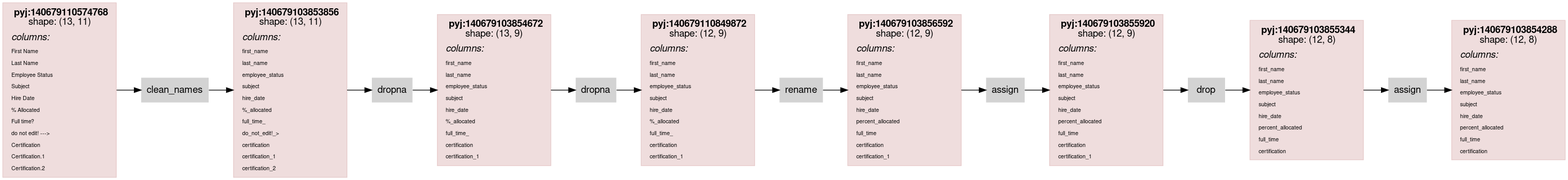
This is scripts/rdflog/dirty-clean.ttl.dot.png from asmirnov69/pyjviz-poc, a Graphviz export, as it was before one commit. Its source is kept beside it as scripts/rdflog/dirty-clean.ttl.dot.
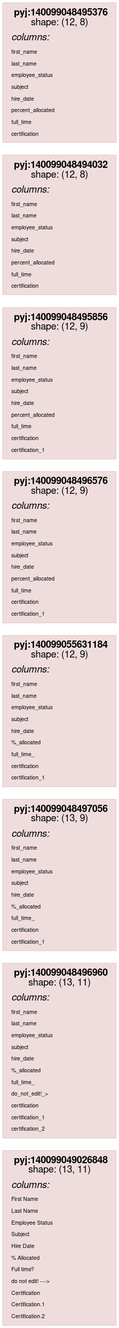
The same file after the commit.

Diff of the diagram source:
```diff
@@ -14,7 +14,7 @@
                 color="#88000022"
                 shape = rect
                 label = <<table border="0" cellborder="0" cellspacing="0" cellpadding="4">
-                         <tr> <td> <b>pyj:140679110574768</b><br/>shape: (13, 11)</td> </tr>
+                         <tr> <td> <b>pyj:140099049026848</b><br/>shape: (13, 11)</td> </tr>
                          <tr> <td align="left"><i>columns:</i><br align="left"/></td></tr>
                 <tr><td align="left"><FONT POINT-SIZE="8px">First Name</FONT></td></tr>
 <tr><td align="left"><FONT POINT-SIZE="8px">Last Name</FONT></td></tr>
@@ -33,7 +33,7 @@
                 color="#88000022"
                 shape = rect
                 label = <<table border="0" cellborder="0" cellspacing="0" cellpadding="4">
-                         <tr> <td> <b>pyj:140679103853856</b><br/>shape: (13, 11)</td> </tr>
+                         <tr> <td> <b>pyj:140099048496960</b><br/>shape: (13, 11)</td> </tr>
                          <tr> <td align="left"><i>columns:</i><br align="left"/></td></tr>
                 <tr><td align="left"><FONT POINT-SIZE="8px">first_name</FONT></td></tr>
 <tr><td align="left"><FONT POINT-SIZE="8px">last_name</FONT></td></tr>
@@ -52,7 +52,7 @@
                 color="#88000022"
                 shape = rect
                 label = <<table border="0" cellborder="0" cellspacing="0" cellpadding="4">
-                         <tr> <td> <b>pyj:140679103854672</b><br/>shape: (13, 9)</td> </tr>
+                         <tr> <td> <b>pyj:140099048497056</b><br/>shape: (13, 9)</td> </tr>
                          <tr> <td align="left"><i>columns:</i><br align="left"/></td></tr>
                 <tr><td align="left"><FONT POINT-SIZE="8px">first_name</FONT></td></tr>
 <tr><td align="left"><FONT POINT-SIZE="8px">last_name</FONT></td></tr>
@@ -69,7 +69,7 @@
                 color="#88000022"
                 shape = rect
                 label = <<table border="0" cellborder="0" cellspacing="0" cellpadding="4">
-                         <tr> <td> <b>pyj:140679110849872</b><br/>shape: (12, 9)</td> </tr>
+                         <tr> <td> <b>pyj:140099055631184</b><br/>shape: (12, 9)</td> </tr>
                          <tr> <td align="left"><i>columns:</i><br align="left"/></td></tr>
                 <tr><td align="left"><FONT POINT-SIZE="8px">first_name</FONT></td></tr>
 <tr><td align="left"><FONT POINT-SIZE="8px">last_name</FONT></td></tr>
@@ -86,7 +86,7 @@
                 color="#88000022"
                 shape = rect
                 label = <<table border="0" cellborder="0" cellspacing="0" cellpadding="4">
-                         <tr> <td> <b>pyj:140679103856592</b><br/>shape: (12, 9)</td> </tr>
+                         <tr> <td> <b>pyj:140099048496576</b><br/>shape: (12, 9)</td> </tr>
                          <tr> <td align="left"><i>columns:</i><br align="left"/></td></tr>
                 <tr><td align="left"><FONT POINT-SIZE="8px">first_name</FONT></td></tr>
 <tr><td align="left"><FONT POINT-SIZE="8px">last_name</FONT></td></tr>
@@ -103,7 +103,7 @@
                 color="#88000022"
                 shape = rect
                 label = <<table border="0" cellborder="0" cellspacing="0" cellpadding="4">
-                         <tr> <td> <b>pyj:140679103855920</b><br/>shape: (12, 9)</td> </tr>
+                         <tr> <td> <b>pyj:140099048495856</b><br/>shape: (12, 9)</td> </tr>
                          <tr> <td align="left"><i>columns:</i><br align="left"/></td></tr>
                 <tr><td align="left"><FONT POINT-SIZE="8px">first_name</FONT></td></tr>
 <tr><td align="left"><FONT POINT-SIZE="8px">last_name</FONT></td></tr>
@@ -120,7 +120,7 @@
                 color="#88000022"
                 shape = rect
                 label = <<table border="0" cellborder="0" cellspacing="0" cellpadding="4">
-                         <tr> <td> <b>pyj:140679103855344</b><br/>shape: (12, 8)</td> </tr>
+                         <tr> <td> <b>pyj:140099048494032</b><br/>shape: (12, 8)</td> </tr>
                          <tr> <td align="left"><i>columns:</i><br align="left"/></td></tr>
                 <tr><td align="left"><FONT POINT-SIZE="8px">first_name</FONT></td></tr>
 <tr><td align="left"><FONT POINT-SIZE="8px">last_name</FONT></td></tr>
@@ -136,7 +136,7 @@
                 color="#88000022"
                 shape = rect
                 label = <<table border="0" cellborder="0" cellspacing="0" cellpadding="4">
-                         <tr> <td> <b>pyj:140679103854288</b><br/>shape: (12, 8)</td> </tr>
+                         <tr> <td> <b>pyj:140099048495376</b><br/>shape: (12, 8)</td> </tr>
                          <tr> <td align="left"><i>columns:</i><br align="left"/></td></tr>
                 <tr><td align="left"><FONT POINT-SIZE="8px">first_name</FONT></td></tr>
 <tr><td align="left"><FONT POINT-SIZE="8px">last_name</FONT></td></tr>
@@ -148,25 +148,7 @@
 <tr><td align="left"><FONT POINT-SIZE="8px">certification</FONT></td></tr>
                          </table>>
                 ];
-node0_8 [ label = "clean_names" ];
-node0_9 [ label = "dropna" ];
-node0_10 [ label = "dropna" ];
-node0_11 [ label = "rename" ];
-node0_12 [ label = "assign" ];
-node0_13 [ label = "drop" ];
-node0_14 [ label = "assign" ];
-node0_0 -> node0_8;
-node0_1 -> node0_9;
-node0_2 -> node0_10;
-node0_3 -> node0_11;
-node0_4 -> node0_12;
-node0_5 -> node0_13;
-node0_6 -> node0_14;
-node0_8 -> node0_1;
-node0_9 -> node0_2;
-node0_10 -> node0_3;
-node0_11 -> node0_4;
-node0_12 -> node0_5;
-node0_13 -> node0_6;
-node0_14 -> node0_7;
+subgraph cluster_0 {
+label = "None";
 }
+}
```
